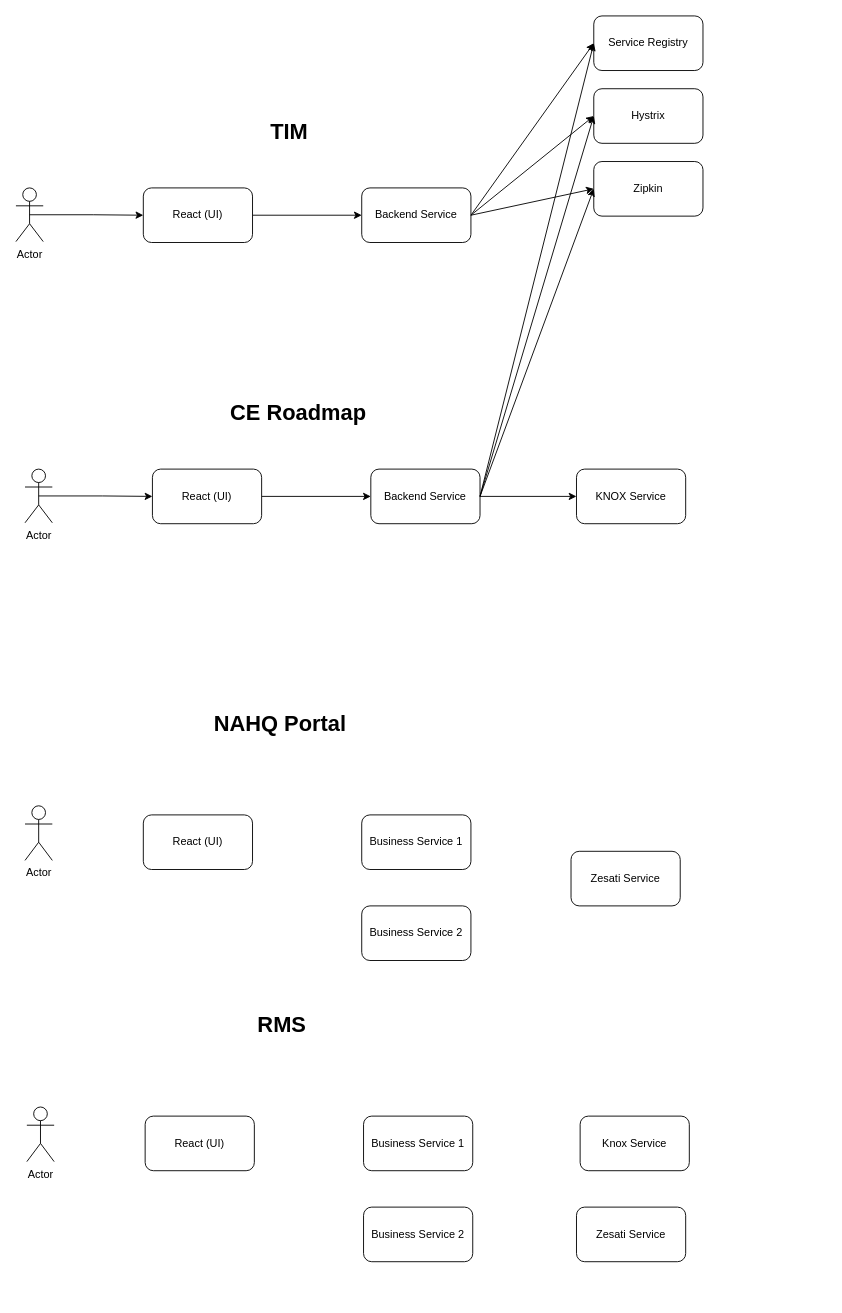
Earlier version of the draw.io diagram page "Sample Architectures" (2 of 3) of Untitled Diagram.drawio (jawahardath1/draw.io). Source tidied: cells renumbered, new cells numbered last; positions are measured from the earlier drawing's top-left corner, leaving out a move shared by most shapes. Both pictures are drawn from the tidied source at 91%, with x=0, y=0 at pixel (15, 15).
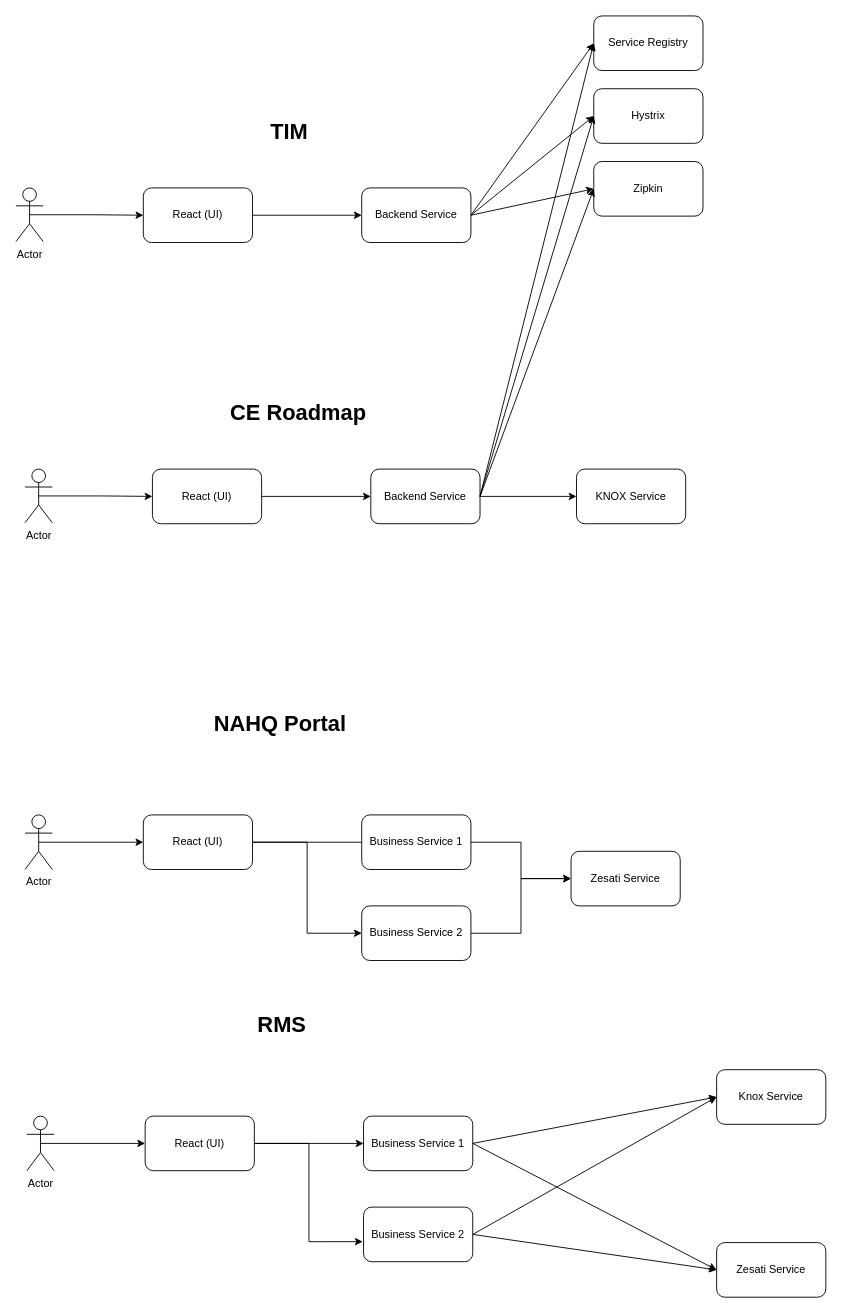
Above is the later version.

The change refers to these unchanged cells:
```xml
<mxCell id="27" value="React (UI)" style="rounded=1;whiteSpace=wrap;html=1;" parent="1" vertex="1">
  <mxGeometry x="140" y="878" width="120" height="60" as="geometry" />
</mxCell>
<mxCell id="28" value="Business Service 1" style="rounded=1;whiteSpace=wrap;html=1;" parent="1" vertex="1">
  <mxGeometry x="380" y="878" width="120" height="60" as="geometry" />
</mxCell>
<mxCell id="29" value="Business Service 2" style="rounded=1;whiteSpace=wrap;html=1;" parent="1" vertex="1">
  <mxGeometry x="380" y="978" width="120" height="60" as="geometry" />
</mxCell>
<mxCell id="30" value="Zesati Service" style="rounded=1;whiteSpace=wrap;html=1;" parent="1" vertex="1">
  <mxGeometry x="610" y="918" width="120" height="60" as="geometry" />
</mxCell>
<mxCell id="33" value="React (UI)" style="rounded=1;whiteSpace=wrap;html=1;" parent="1" vertex="1">
  <mxGeometry x="142" y="1209" width="120" height="60" as="geometry" />
</mxCell>
<mxCell id="34" value="Business Service 1" style="rounded=1;whiteSpace=wrap;html=1;" parent="1" vertex="1">
  <mxGeometry x="382" y="1209" width="120" height="60" as="geometry" />
</mxCell>
<mxCell id="35" value="Business Service 2" style="rounded=1;whiteSpace=wrap;html=1;" parent="1" vertex="1">
  <mxGeometry x="382" y="1309" width="120" height="60" as="geometry" />
</mxCell>
```

Diff of the diagram source:
```diff
@@
+    <mxCell id="38" style="edgeStyle=orthogonalEdgeStyle;rounded=0;jettySize=auto;html=1;exitX=0.5;exitY=0.5;exitDx=0;exitDy=0;exitPerimeter=0;entryX=0;entryY=0.5;entryDx=0;entryDy=0;" parent="1" edge="1" source="26" target="27">
+      <mxGeometry relative="1" as="geometry" />
+    </mxCell>
     <mxCell id="26" value="Actor" style="shape=umlActor;verticalLabelPosition=bottom;verticalAlign=top;html=1;outlineConnect=0;" parent="1" vertex="1">
-      <mxGeometry x="10" y="868" width="30" height="60" as="geometry" />
+      <mxGeometry x="10" y="878" width="30" height="60" as="geometry" />
     </mxCell>
+    <mxCell id="39" style="edgeStyle=orthogonalEdgeStyle;rounded=0;jettySize=auto;html=1;exitX=1;exitY=0.5;exitDx=0;exitDy=0;entryX=0.083;entryY=0.5;entryDx=0;entryDy=0;entryPerimeter=0;" parent="1" edge="1" source="27" target="28">
+      <mxGeometry relative="1" as="geometry" />
+    </mxCell>
+    <mxCell id="40" style="edgeStyle=orthogonalEdgeStyle;rounded=0;jettySize=auto;html=1;exitX=1;exitY=0.5;exitDx=0;exitDy=0;entryX=0;entryY=0.5;entryDx=0;entryDy=0;" parent="1" edge="1" source="27" target="29">
+      <mxGeometry relative="1" as="geometry" />
+    </mxCell>
@@
+    <mxCell id="41" style="edgeStyle=orthogonalEdgeStyle;rounded=0;jettySize=auto;html=1;exitX=1;exitY=0.5;exitDx=0;exitDy=0;entryX=0;entryY=0.5;entryDx=0;entryDy=0;" parent="1" edge="1" source="28" target="30">
+      <mxGeometry relative="1" as="geometry" />
+    </mxCell>
@@
+    <mxCell id="42" style="edgeStyle=orthogonalEdgeStyle;rounded=0;jettySize=auto;html=1;exitX=1;exitY=0.5;exitDx=0;exitDy=0;entryX=0;entryY=0.5;entryDx=0;entryDy=0;" parent="1" edge="1" source="29" target="30">
+      <mxGeometry relative="1" as="geometry" />
+    </mxCell>
@@
+    <mxCell id="43" style="edgeStyle=orthogonalEdgeStyle;rounded=0;jettySize=auto;html=1;exitX=0.5;exitY=0.5;exitDx=0;exitDy=0;exitPerimeter=0;entryX=0;entryY=0.5;entryDx=0;entryDy=0;" parent="1" edge="1" source="32" target="33">
+      <mxGeometry relative="1" as="geometry" />
+    </mxCell>
     <mxCell id="32" value="Actor" style="shape=umlActor;verticalLabelPosition=bottom;verticalAlign=top;html=1;outlineConnect=0;" parent="1" vertex="1">
-      <mxGeometry x="12" y="1199" width="30" height="60" as="geometry" />
+      <mxGeometry x="12" y="1209" width="30" height="60" as="geometry" />
     </mxCell>
+    <mxCell id="44" style="edgeStyle=orthogonalEdgeStyle;rounded=0;jettySize=auto;html=1;exitX=1;exitY=0.5;exitDx=0;exitDy=0;entryX=0;entryY=0.5;entryDx=0;entryDy=0;" parent="1" edge="1" source="33" target="34">
+      <mxGeometry relative="1" as="geometry" />
+    </mxCell>
+    <mxCell id="45" style="edgeStyle=orthogonalEdgeStyle;rounded=0;jettySize=auto;html=1;exitX=1;exitY=0.5;exitDx=0;exitDy=0;entryX=-0.008;entryY=0.633;entryDx=0;entryDy=0;entryPerimeter=0;" parent="1" edge="1" source="33" target="35">
+      <mxGeometry relative="1" as="geometry" />
+    </mxCell>
@@
     <mxCell id="36" value="Knox Service" style="rounded=1;whiteSpace=wrap;html=1;" parent="1" vertex="1">
-      <mxGeometry x="620" y="1209" width="120" height="60" as="geometry" />
+      <mxGeometry x="770" y="1158" width="120" height="60" as="geometry" />
     </mxCell>
     <mxCell id="37" value="Zesati Service" style="rounded=1;whiteSpace=wrap;html=1;" parent="1" vertex="1">
-      <mxGeometry x="616" y="1309" width="120" height="60" as="geometry" />
+      <mxGeometry x="770" y="1348" width="120" height="60" as="geometry" />
     </mxCell>
+    <mxCell id="46" style="endArrow=classic;html=1;rounded=0;exitX=1;exitY=0.5;exitDx=0;exitDy=0;entryX=0;entryY=0.5;entryDx=0;entryDy=0;" parent="1" edge="1" source="34" target="36">
+      <mxGeometry relative="1" as="geometry" />
+    </mxCell>
+    <mxCell id="47" style="endArrow=classic;html=1;rounded=0;exitX=1;exitY=0.5;exitDx=0;exitDy=0;" parent="1" edge="1" source="35">
+      <mxGeometry relative="1" as="geometry">
+        <mxPoint x="770" y="1188" as="targetPoint" />
+      </mxGeometry>
+    </mxCell>
+    <mxCell id="48" style="endArrow=classic;html=1;rounded=0;exitX=1;exitY=0.5;exitDx=0;exitDy=0;entryX=0;entryY=0.5;entryDx=0;entryDy=0;" parent="1" edge="1" source="34" target="37">
+      <mxGeometry relative="1" as="geometry" />
+    </mxCell>
+    <mxCell id="49" style="endArrow=classic;html=1;rounded=0;exitX=1;exitY=0.5;exitDx=0;exitDy=0;entryX=0;entryY=0.5;entryDx=0;entryDy=0;" parent="1" edge="1" source="35" target="37">
+      <mxGeometry relative="1" as="geometry" />
+    </mxCell>
```
